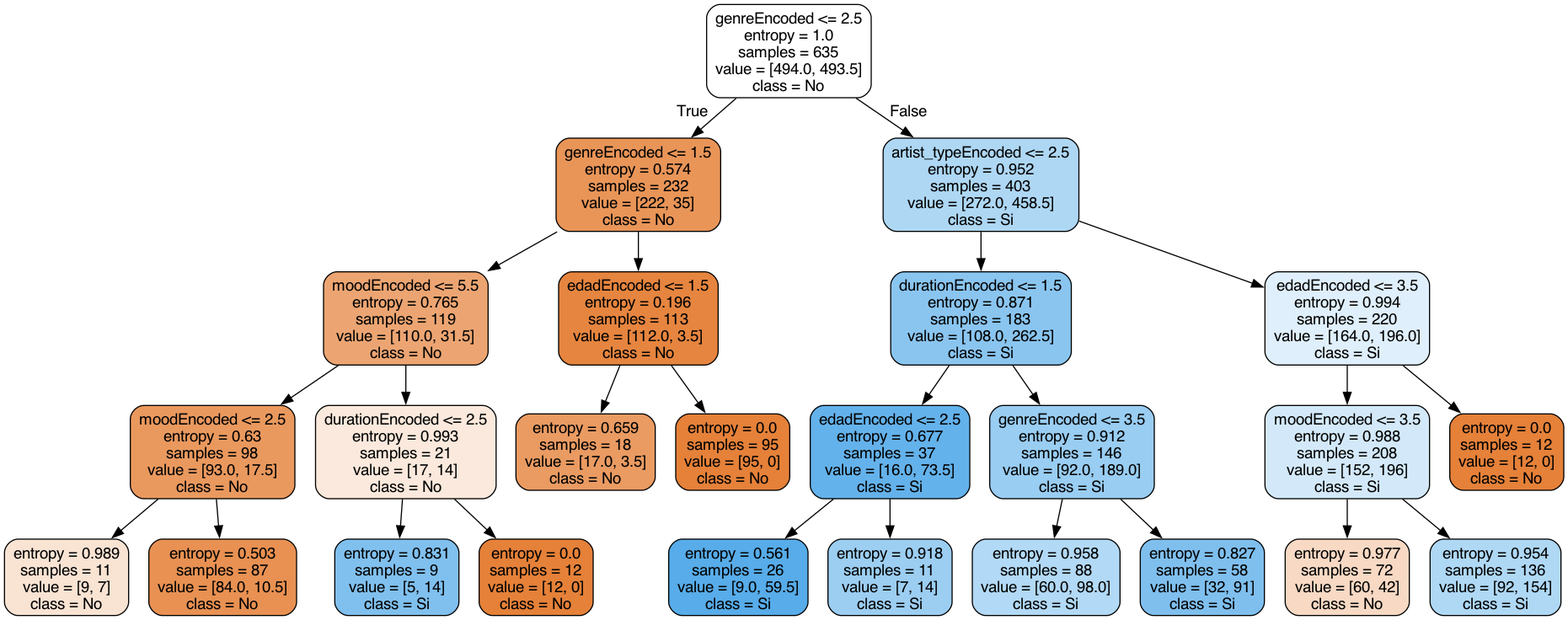
This is Clase09/tree1.png from haydemtzl/DeCeroaCienGen2025-02, a Graphviz export, as it was before one commit. Its source is kept beside it as Clase09/tree1.dot. Source of this version:
```dot
digraph Tree {
node [shape=box, style="filled, rounded", color="black", fontname="helvetica"] ;
edge [fontname="helvetica"] ;
0 [label="genreEncoded <= 2.5\nentropy = 1.0\nsamples = 635\nvalue = [494.0, 493.5]\nclass = No", fillcolor="#ffffff"] ;
1 [label="genreEncoded <= 1.5\nentropy = 0.574\nsamples = 232\nvalue = [222, 35]\nclass = No", fillcolor="#e99558"] ;
0 -> 1 [labeldistance=2.5, labelangle=45, headlabel="True"] ;
2 [label="moodEncoded <= 5.5\nentropy = 0.765\nsamples = 119\nvalue = [110.0, 31.5]\nclass = No", fillcolor="#eca572"] ;
1 -> 2 ;
3 [label="moodEncoded <= 2.5\nentropy = 0.63\nsamples = 98\nvalue = [93.0, 17.5]\nclass = No", fillcolor="#ea995e"] ;
2 -> 3 ;
4 [label="entropy = 0.989\nsamples = 11\nvalue = [9, 7]\nclass = No", fillcolor="#f9e3d3"] ;
3 -> 4 ;
5 [label="entropy = 0.503\nsamples = 87\nvalue = [84.0, 10.5]\nclass = No", fillcolor="#e89152"] ;
3 -> 5 ;
6 [label="durationEncoded <= 2.5\nentropy = 0.993\nsamples = 21\nvalue = [17, 14]\nclass = No", fillcolor="#fae9dc"] ;
2 -> 6 ;
7 [label="entropy = 0.831\nsamples = 9\nvalue = [5, 14]\nclass = Si", fillcolor="#80c0ee"] ;
6 -> 7 ;
8 [label="entropy = 0.0\nsamples = 12\nvalue = [12, 0]\nclass = No", fillcolor="#e58139"] ;
6 -> 8 ;
9 [label="edadEncoded <= 1.5\nentropy = 0.196\nsamples = 113\nvalue = [112.0, 3.5]\nclass = No", fillcolor="#e6853f"] ;
1 -> 9 ;
10 [label="entropy = 0.659\nsamples = 18\nvalue = [17.0, 3.5]\nclass = No", fillcolor="#ea9b62"] ;
9 -> 10 ;
11 [label="entropy = 0.0\nsamples = 95\nvalue = [95, 0]\nclass = No", fillcolor="#e58139"] ;
9 -> 11 ;
12 [label="artist_typeEncoded <= 2.5\nentropy = 0.952\nsamples = 403\nvalue = [272.0, 458.5]\nclass = Si", fillcolor="#aed7f4"] ;
0 -> 12 [labeldistance=2.5, labelangle=-45, headlabel="False"] ;
13 [label="durationEncoded <= 1.5\nentropy = 0.871\nsamples = 183\nvalue = [108.0, 262.5]\nclass = Si", fillcolor="#8ac5f0"] ;
12 -> 13 ;
14 [label="edadEncoded <= 2.5\nentropy = 0.677\nsamples = 37\nvalue = [16.0, 73.5]\nclass = Si", fillcolor="#64b2eb"] ;
13 -> 14 ;
15 [label="entropy = 0.561\nsamples = 26\nvalue = [9.0, 59.5]\nclass = Si", fillcolor="#57ace9"] ;
14 -> 15 ;
16 [label="entropy = 0.918\nsamples = 11\nvalue = [7, 14]\nclass = Si", fillcolor="#9ccef2"] ;
14 -> 16 ;
17 [label="genreEncoded <= 3.5\nentropy = 0.912\nsamples = 146\nvalue = [92.0, 189.0]\nclass = Si", fillcolor="#99cdf2"] ;
13 -> 17 ;
18 [label="entropy = 0.958\nsamples = 88\nvalue = [60.0, 98.0]\nclass = Si", fillcolor="#b2d9f5"] ;
17 -> 18 ;
19 [label="entropy = 0.827\nsamples = 58\nvalue = [32, 91]\nclass = Si", fillcolor="#7fbfee"] ;
17 -> 19 ;
20 [label="edadEncoded <= 3.5\nentropy = 0.994\nsamples = 220\nvalue = [164.0, 196.0]\nclass = Si", fillcolor="#dfeffb"] ;
12 -> 20 ;
21 [label="moodEncoded <= 3.5\nentropy = 0.988\nsamples = 208\nvalue = [152, 196]\nclass = Si", fillcolor="#d3e9f9"] ;
20 -> 21 ;
22 [label="entropy = 0.977\nsamples = 72\nvalue = [60, 42]\nclass = No", fillcolor="#f7d9c4"] ;
21 -> 22 ;
23 [label="entropy = 0.954\nsamples = 136\nvalue = [92, 154]\nclass = Si", fillcolor="#afd8f5"] ;
21 -> 23 ;
24 [label="entropy = 0.0\nsamples = 12\nvalue = [12, 0]\nclass = No", fillcolor="#e58139"] ;
20 -> 24 ;
}
```
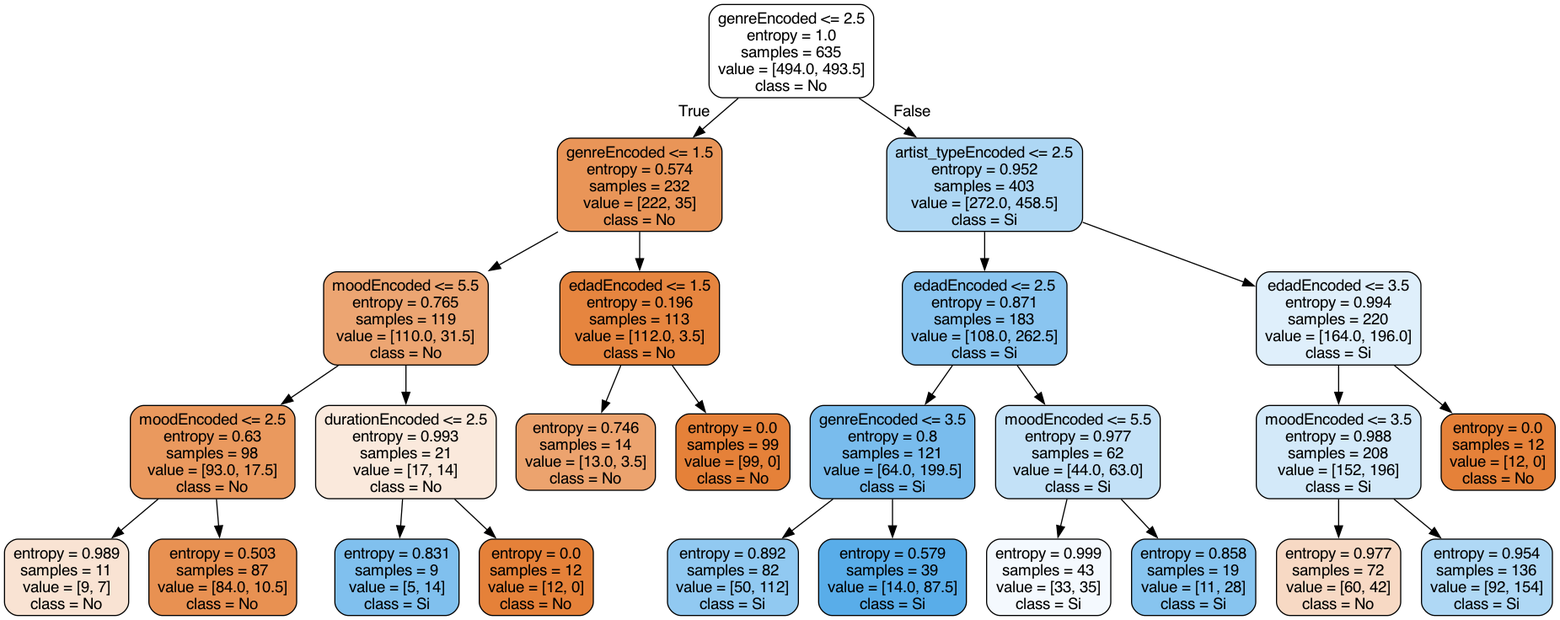
After the commit.

The edit, as a diff of the source:
```diff
@@ -20,25 +20,25 @@
 6 -> 8 ;
 9 [label="edadEncoded <= 1.5\nentropy = 0.196\nsamples = 113\nvalue = [112.0, 3.5]\nclass = No", fillcolor="#e6853f"] ;
 1 -> 9 ;
-10 [label="entropy = 0.659\nsamples = 18\nvalue = [17.0, 3.5]\nclass = No", fillcolor="#ea9b62"] ;
+10 [label="entropy = 0.746\nsamples = 14\nvalue = [13.0, 3.5]\nclass = No", fillcolor="#eca36e"] ;
 9 -> 10 ;
-11 [label="entropy = 0.0\nsamples = 95\nvalue = [95, 0]\nclass = No", fillcolor="#e58139"] ;
+11 [label="entropy = 0.0\nsamples = 99\nvalue = [99, 0]\nclass = No", fillcolor="#e58139"] ;
 9 -> 11 ;
 12 [label="artist_typeEncoded <= 2.5\nentropy = 0.952\nsamples = 403\nvalue = [272.0, 458.5]\nclass = Si", fillcolor="#aed7f4"] ;
 0 -> 12 [labeldistance=2.5, labelangle=-45, headlabel="False"] ;
-13 [label="durationEncoded <= 1.5\nentropy = 0.871\nsamples = 183\nvalue = [108.0, 262.5]\nclass = Si", fillcolor="#8ac5f0"] ;
+13 [label="edadEncoded <= 2.5\nentropy = 0.871\nsamples = 183\nvalue = [108.0, 262.5]\nclass = Si", fillcolor="#8ac5f0"] ;
 12 -> 13 ;
-14 [label="edadEncoded <= 2.5\nentropy = 0.677\nsamples = 37\nvalue = [16.0, 73.5]\nclass = Si", fillcolor="#64b2eb"] ;
+14 [label="genreEncoded <= 3.5\nentropy = 0.8\nsamples = 121\nvalue = [64.0, 199.5]\nclass = Si", fillcolor="#79bced"] ;
 13 -> 14 ;
-15 [label="entropy = 0.561\nsamples = 26\nvalue = [9.0, 59.5]\nclass = Si", fillcolor="#57ace9"] ;
+15 [label="entropy = 0.892\nsamples = 82\nvalue = [50, 112]\nclass = Si", fillcolor="#91c9f1"] ;
 14 -> 15 ;
-16 [label="entropy = 0.918\nsamples = 11\nvalue = [7, 14]\nclass = Si", fillcolor="#9ccef2"] ;
+16 [label="entropy = 0.579\nsamples = 39\nvalue = [14.0, 87.5]\nclass = Si", fillcolor="#59ade9"] ;
 14 -> 16 ;
-17 [label="genreEncoded <= 3.5\nentropy = 0.912\nsamples = 146\nvalue = [92.0, 189.0]\nclass = Si", fillcolor="#99cdf2"] ;
+17 [label="moodEncoded <= 5.5\nentropy = 0.977\nsamples = 62\nvalue = [44.0, 63.0]\nclass = Si", fillcolor="#c3e1f7"] ;
 13 -> 17 ;
-18 [label="entropy = 0.958\nsamples = 88\nvalue = [60.0, 98.0]\nclass = Si", fillcolor="#b2d9f5"] ;
+18 [label="entropy = 0.999\nsamples = 43\nvalue = [33, 35]\nclass = Si", fillcolor="#f4f9fe"] ;
 17 -> 18 ;
-19 [label="entropy = 0.827\nsamples = 58\nvalue = [32, 91]\nclass = Si", fillcolor="#7fbfee"] ;
+19 [label="entropy = 0.858\nsamples = 19\nvalue = [11, 28]\nclass = Si", fillcolor="#87c4ef"] ;
 17 -> 19 ;
 20 [label="edadEncoded <= 3.5\nentropy = 0.994\nsamples = 220\nvalue = [164.0, 196.0]\nclass = Si", fillcolor="#dfeffb"] ;
 12 -> 20 ;
```
